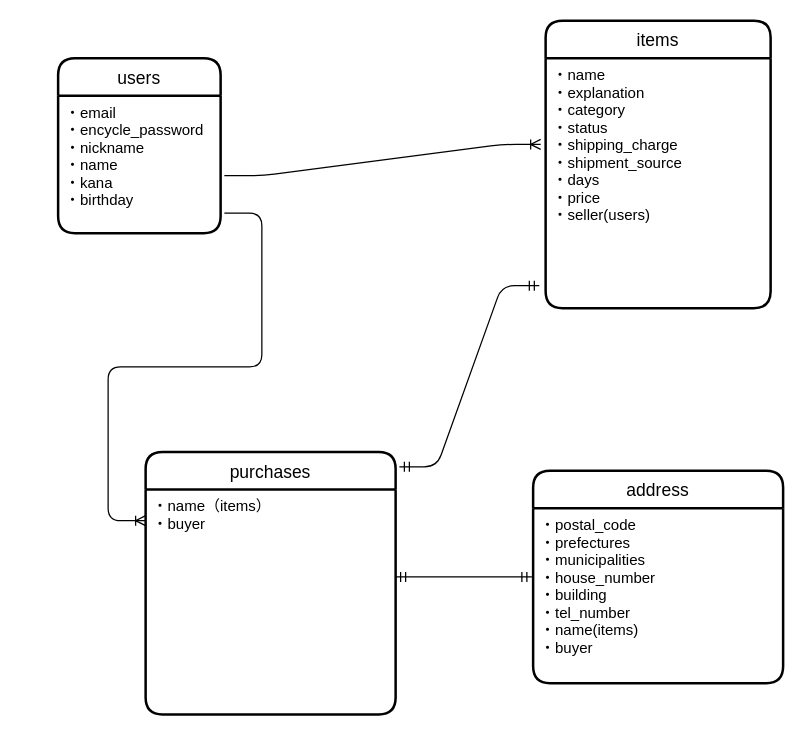
This is sample.dio from satohirok/furima-37186, a draw.io file, before an edit. Source tidied: cells renumbered, new cells numbered last; positions are measured from the earlier drawing's top-left corner, leaving out a move shared by most shapes. Both pictures are drawn from the tidied source at 125%, with x=0, y=0 at pixel (58, 20).
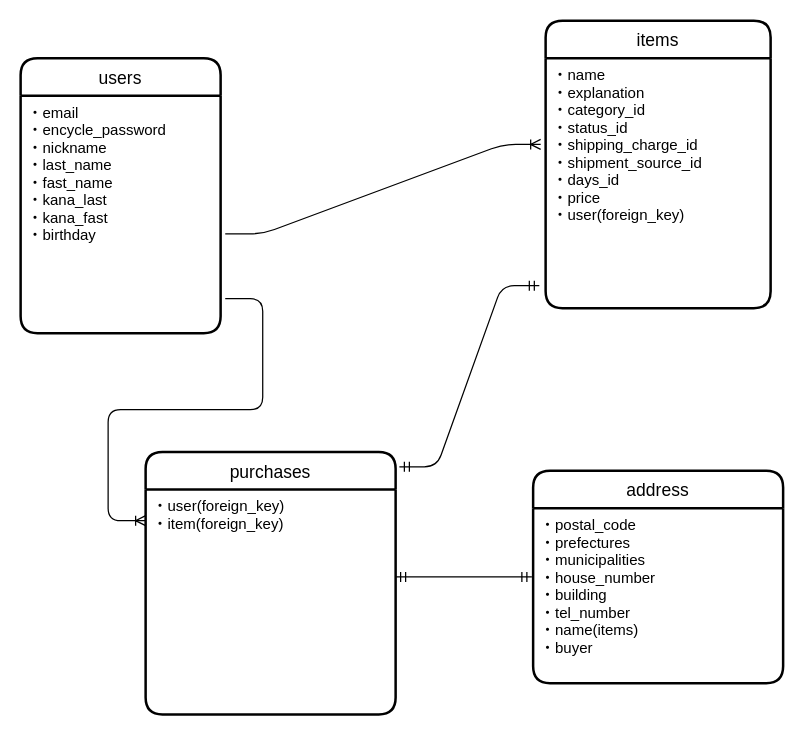
The same diagram, later.

Commit message (it also covers changes not shown here):
データベース設計３

Change to the diagram source:
```diff
@@
 <mxGraphModel>
   <root>
     <mxCell id="0" />
     <mxCell id="1" parent="0" />
     <mxCell id="2" value="users" style="swimlane;horizontal=1;startSize=30;rounded=1;fontSize=14;fontStyle=0;strokeWidth=2;shadow=0;dashed=0;align=center;" parent="1" vertex="1">
-      <mxGeometry y="30" width="130" height="140" as="geometry" />
+      <mxGeometry x="-30" y="30" width="160" height="220" as="geometry" />
     </mxCell>
-    <mxCell id="3" value="・email&#10;・encycle_password&#10;・nickname&#10;・name&#10;・kana&#10;・birthday" style="align=left;strokeColor=none;fillColor=none;spacingLeft=4;fontSize=12;verticalAlign=top;" parent="2" vertex="1">
-      <mxGeometry y="30" width="130" height="110" as="geometry" />
+    <mxCell id="3" value="・email&#10;・encycle_password&#10;・nickname&#10;・last_name&#10;・fast_name&#10;・kana_last&#10;・kana_fast&#10;・birthday" style="align=left;strokeColor=none;fillColor=none;spacingLeft=4;fontSize=12;verticalAlign=top;" parent="2" vertex="1">
+      <mxGeometry y="30" width="160" height="190" as="geometry" />
     </mxCell>
     <mxCell id="4" value="items" style="swimlane;horizontal=1;startSize=30;rounded=1;fontSize=14;fontStyle=0;strokeWidth=2;shadow=0;dashed=0;align=center;" parent="1" vertex="1">
       <mxGeometry x="390" width="180" height="230" as="geometry" />
     </mxCell>
-    <mxCell id="5" value="・name&#10;・explanation&#10;・category&#10;・status&#10;・shipping_charge&#10;・shipment_source&#10;・days&#10;・price&#10;・seller(users)" style="align=left;strokeColor=none;fillColor=none;spacingLeft=4;fontSize=12;verticalAlign=top;" parent="4" vertex="1">
+    <mxCell id="5" value="・name&#10;・explanation&#10;・category_id&#10;・status_id&#10;・shipping_charge_id&#10;・shipment_source_id&#10;・days_id&#10;・price&#10;・user(foreign_key)" style="align=left;strokeColor=none;fillColor=none;spacingLeft=4;fontSize=12;verticalAlign=top;" parent="4" vertex="1">
       <mxGeometry y="30" width="180" height="200" as="geometry" />
     </mxCell>
     <mxCell id="6" style="edgeStyle=entityRelationEdgeStyle;fontSize=12;html=1;endArrow=ERoneToMany;entryX=-0.022;entryY=0.345;entryDx=0;entryDy=0;entryPerimeter=0;exitX=1.023;exitY=0.582;exitDx=0;exitDy=0;exitPerimeter=0;" parent="1" edge="1" source="3" target="5">
       <mxGeometry relative="1" as="geometry" />
     </mxCell>
     <mxCell id="7" value="purchases" style="swimlane;horizontal=1;startSize=30;rounded=1;fontSize=14;fontStyle=0;strokeWidth=2;shadow=0;dashed=0;align=center;" parent="1" vertex="1">
       <mxGeometry x="70" y="345" width="200" height="210" as="geometry" />
     </mxCell>
-    <mxCell id="8" value="・name（items）&#10;・buyer" style="align=left;strokeColor=none;fillColor=none;spacingLeft=4;fontSize=12;verticalAlign=top;" parent="7" vertex="1">
+    <mxCell id="8" value="・user(foreign_key)&#10;・item(foreign_key)" style="align=left;strokeColor=none;fillColor=none;spacingLeft=4;fontSize=12;verticalAlign=top;" parent="7" vertex="1">
       <mxGeometry y="30" width="200" height="180" as="geometry" />
     </mxCell>
     <mxCell id="9" style="edgeStyle=entityRelationEdgeStyle;fontSize=12;html=1;endArrow=ERoneToMany;exitX=1.023;exitY=0.855;exitDx=0;exitDy=0;exitPerimeter=0;" parent="1" edge="1" source="3">
       <mxGeometry relative="1" as="geometry">
         <mxPoint x="70" y="400" as="targetPoint" />
       </mxGeometry>
     </mxCell>
     <mxCell id="10" value="address" style="swimlane;horizontal=1;startSize=30;rounded=1;fontSize=14;fontStyle=0;strokeWidth=2;shadow=0;dashed=0;align=center;" parent="1" vertex="1">
       <mxGeometry x="380" y="360" width="200" height="170" as="geometry" />
     </mxCell>
     <mxCell id="11" value="・postal_code&#10;・prefectures&#10;・municipalities&#10;・house_number&#10;・building&#10;・tel_number&#10;・name(items)&#10;・buyer" style="align=left;strokeColor=none;fillColor=none;spacingLeft=4;fontSize=12;verticalAlign=top;" parent="10" vertex="1">
       <mxGeometry y="30" width="200" height="140" as="geometry" />
     </mxCell>
     <mxCell id="12" style="edgeStyle=entityRelationEdgeStyle;fontSize=12;html=1;endArrow=ERmandOne;startArrow=ERmandOne;entryX=-0.028;entryY=0.91;entryDx=0;entryDy=0;entryPerimeter=0;exitX=1.015;exitY=0.057;exitDx=0;exitDy=0;exitPerimeter=0;" parent="1" edge="1" source="7" target="5">
       <mxGeometry relative="1" as="geometry" />
     </mxCell>
     <mxCell id="13" style="edgeStyle=entityRelationEdgeStyle;fontSize=12;html=1;endArrow=ERmandOne;startArrow=ERmandOne;entryX=-0.005;entryY=0.393;entryDx=0;entryDy=0;entryPerimeter=0;" parent="1" edge="1" target="11">
       <mxGeometry relative="1" as="geometry">
         <mxPoint x="270" y="445" as="sourcePoint" />
       </mxGeometry>
     </mxCell>
   </root>
 </mxGraphModel>
```
